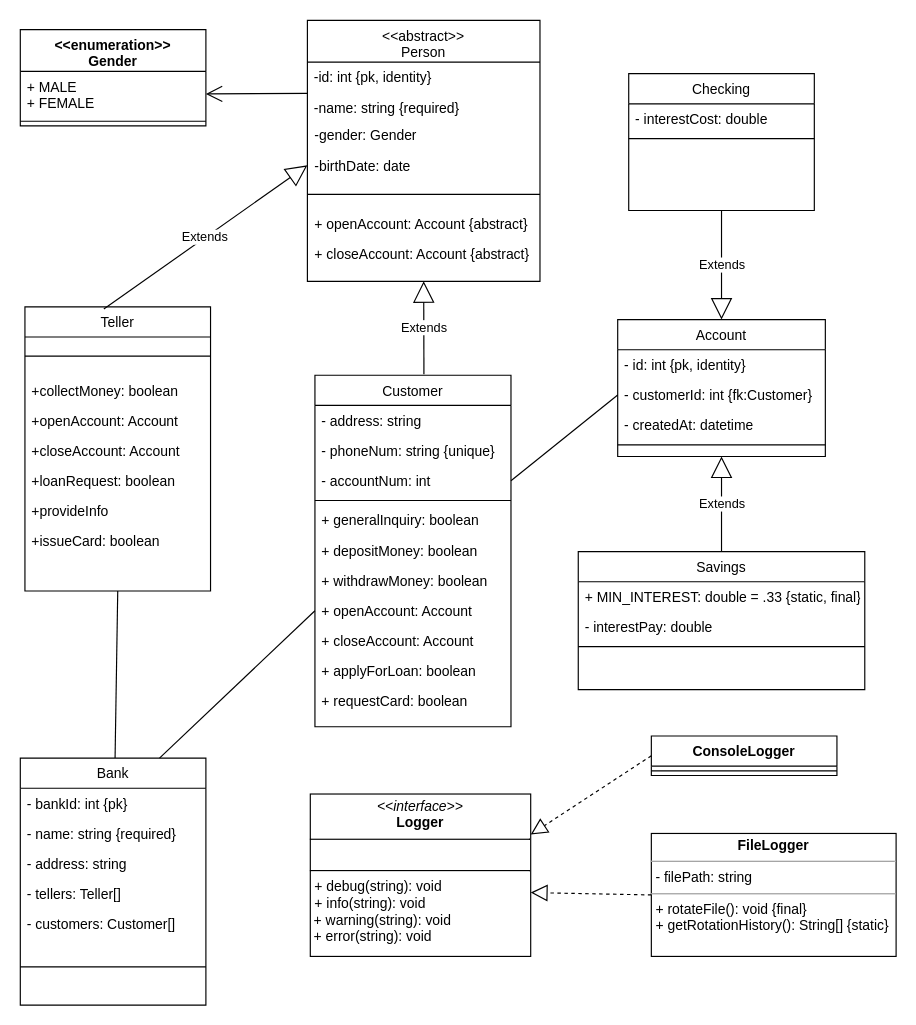
This is examples/simple_class_diagram.drawio from michelmbem/DrawioCodeGenerator, a draw.io file, before an edit. Source tidied: cells renumbered, new cells numbered last; positions are measured from the earlier drawing's top-left corner, leaving out a move shared by most shapes. Both pictures are drawn from the tidied source at 116%, with x=0, y=0 at pixel (20, 20).
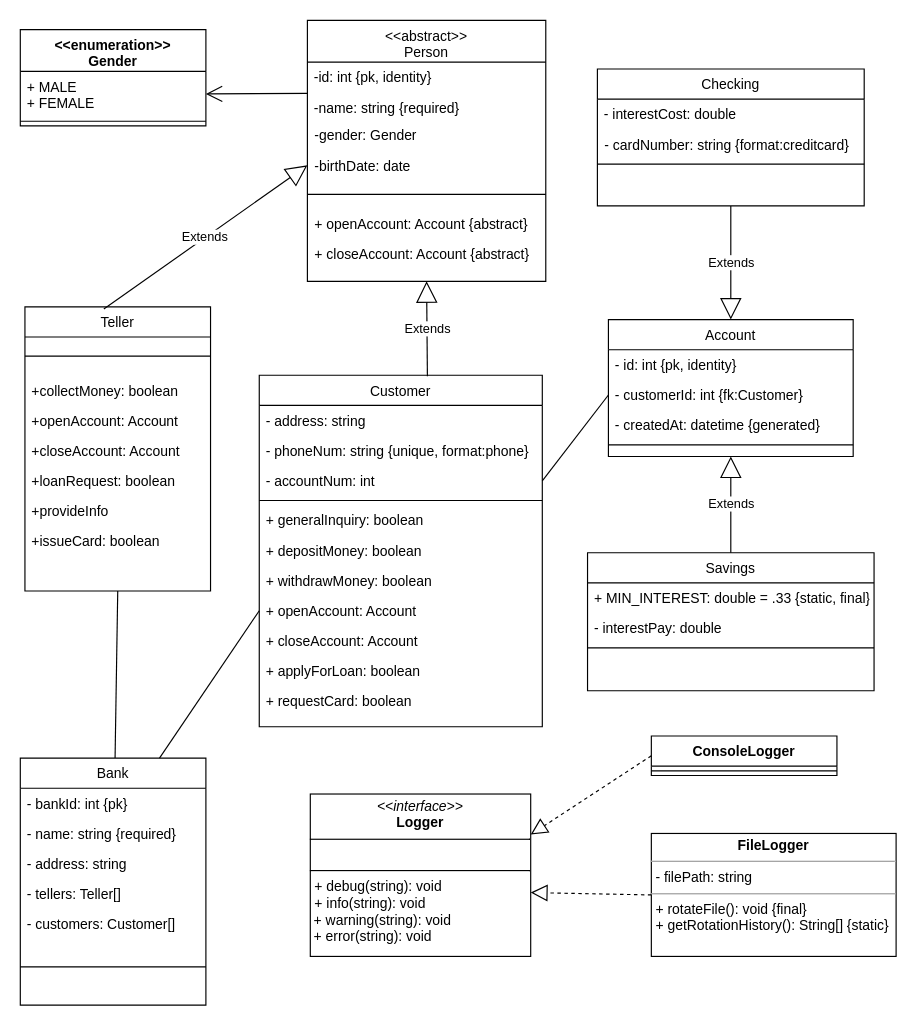
The same diagram, later.

Commit message (it also covers changes not shown here):
Improved the handling of inheritance in generated SQL

The edit, as a diff of the source:
```diff
@@
     <mxCell id="10" value="Account" style="swimlane;fontStyle=0;align=center;verticalAlign=top;horizontal=1;startSize=26;rounded=0;shadow=0;strokeWidth=1;" parent="1" vertex="1">
-      <mxGeometry x="515" y="258" width="179" height="118" as="geometry" />
+      <mxGeometry x="507" y="258" width="211" height="118" as="geometry" />
     </mxCell>
     <mxCell id="11" value="- id: int {pk, identity}" style="text;align=left;verticalAlign=top;spacingLeft=4;spacingRight=4;overflow=hidden;" parent="10" vertex="1">
-      <mxGeometry y="26" width="179" height="26" as="geometry" />
+      <mxGeometry y="26" width="211" height="26" as="geometry" />
     </mxCell>
     <mxCell id="12" value="- customerId: int {fk:Customer}" style="text;align=left;verticalAlign=top;spacingLeft=4;spacingRight=4;overflow=hidden;points=[[0,0.5],[1,0.5]];portConstraint=eastwest;rounded=0;shadow=0;html=0;" parent="10" vertex="1">
-      <mxGeometry y="52" width="179" height="26" as="geometry" />
+      <mxGeometry y="52" width="211" height="26" as="geometry" />
     </mxCell>
-    <mxCell id="13" value="- createdAt: datetime" style="text;strokeColor=none;fillColor=none;align=left;verticalAlign=top;spacingLeft=4;spacingRight=4;overflow=hidden;whiteSpace=wrap;html=1;" parent="10" vertex="1">
-      <mxGeometry y="78" width="179" height="26" as="geometry" />
+    <mxCell id="13" value="- createdAt: datetime {generated}" style="text;strokeColor=none;fillColor=none;align=left;verticalAlign=top;spacingLeft=4;spacingRight=4;overflow=hidden;whiteSpace=wrap;html=1;" parent="10" vertex="1">
+      <mxGeometry y="78" width="211" height="26" as="geometry" />
     </mxCell>
     <mxCell id="14" style="line;html=1;strokeWidth=1;align=left;verticalAlign=middle;spacingTop=-1;spacingLeft=3;spacingRight=3;labelPosition=right;" parent="10" vertex="1">
-      <mxGeometry y="104" width="179" height="8" as="geometry" />
+      <mxGeometry y="104" width="211" height="8" as="geometry" />
     </mxCell>
     <mxCell id="15" value="&lt;&lt;abstract&gt;&gt;&#10;Person" style="swimlane;fontStyle=0;align=center;verticalAlign=top;horizontal=1;startSize=36;rounded=0;shadow=0;strokeWidth=1;" parent="1" vertex="1">
-      <mxGeometry x="247.5" width="200.5" height="225" as="geometry" />
+      <mxGeometry x="247.5" width="205.5" height="225" as="geometry" />
     </mxCell>
     <mxCell id="16" value="-id: int {pk, identity}" style="text;align=left;verticalAlign=top;spacingLeft=4;spacingRight=4;overflow=hidden;points=[[0,0.5],[1,0.5]];portConstraint=eastwest;" parent="15" vertex="1">
-      <mxGeometry y="36" width="200.5" height="26" as="geometry" />
+      <mxGeometry y="36" width="205.5" height="26" as="geometry" />
     </mxCell>
     <mxCell id="17" value="-name: string {required}" style="text;align=left;verticalAlign=top;spacingLeft=4;spacingRight=4;overflow=hidden;rounded=0;shadow=0;html=0;" parent="15" vertex="1">
-      <mxGeometry y="62" width="200.5" height="24" as="geometry" />
+      <mxGeometry y="62" width="205.5" height="24" as="geometry" />
     </mxCell>
     <mxCell id="18" value="-gender: Gender" style="text;strokeColor=none;fillColor=none;align=left;verticalAlign=top;spacingLeft=4;spacingRight=4;overflow=hidden;whiteSpace=wrap;html=1;" parent="15" vertex="1">
-      <mxGeometry y="86" width="200.5" height="26" as="geometry" />
+      <mxGeometry y="86" width="205.5" height="26" as="geometry" />
     </mxCell>
     <mxCell id="19" value="-birthDate: date" style="text;strokeColor=none;fillColor=none;align=left;verticalAlign=top;spacingLeft=4;spacingRight=4;overflow=hidden;points=[[0,0.5],[1,0.5]];portConstraint=eastwest;whiteSpace=wrap;html=1;" parent="15" vertex="1">
-      <mxGeometry y="112" width="200.5" height="26" as="geometry" />
+      <mxGeometry y="112" width="205.5" height="26" as="geometry" />
     </mxCell>
     <mxCell id="20" style="line;html=1;strokeWidth=1;align=left;verticalAlign=middle;spacingTop=-1;spacingLeft=3;spacingRight=3;labelPosition=right;" parent="15" vertex="1">
-      <mxGeometry y="138" width="200.5" height="24" as="geometry" />
+      <mxGeometry y="138" width="205.5" height="24" as="geometry" />
     </mxCell>
     <mxCell id="21" value="+ openAccount: Account {abstract}" style="text;strokeColor=none;fillColor=none;align=left;verticalAlign=top;spacingLeft=4;spacingRight=4;overflow=hidden;whiteSpace=wrap;html=1;" parent="15" vertex="1">
-      <mxGeometry y="162" width="200.5" height="26" as="geometry" />
+      <mxGeometry y="162" width="205.5" height="26" as="geometry" />
     </mxCell>
     <mxCell id="22" value="+ closeAccount: Account {abstract}" style="text;strokeColor=none;fillColor=none;align=left;verticalAlign=top;spacingLeft=4;spacingRight=4;overflow=hidden;whiteSpace=wrap;html=1;" parent="15" vertex="1">
-      <mxGeometry y="188" width="200.5" height="26" as="geometry" />
+      <mxGeometry y="188" width="205.5" height="26" as="geometry" />
     </mxCell>
     <mxCell id="23" value="Customer" style="swimlane;fontStyle=0;align=center;verticalAlign=top;horizontal=1;startSize=26;rounded=0;shadow=0;strokeWidth=1;" parent="1" vertex="1">
-      <mxGeometry x="254" y="306" width="169" height="303" as="geometry" />
+      <mxGeometry x="206" y="306" width="244" height="303" as="geometry" />
     </mxCell>
     <mxCell id="24" value="- address: string" style="text;align=left;verticalAlign=top;spacingLeft=4;spacingRight=4;overflow=hidden;" parent="23" vertex="1">
-      <mxGeometry y="26" width="169" height="26" as="geometry" />
+      <mxGeometry y="26" width="244" height="26" as="geometry" />
     </mxCell>
-    <mxCell id="25" value="- phoneNum: string {unique}" style="text;align=left;verticalAlign=top;spacingLeft=4;spacingRight=4;overflow=hidden;rounded=0;shadow=0;html=0;" parent="23" vertex="1">
-      <mxGeometry y="52" width="169" height="26" as="geometry" />
+    <mxCell id="25" value="- phoneNum: string {unique, format:phone}" style="text;align=left;verticalAlign=top;spacingLeft=4;spacingRight=4;overflow=hidden;rounded=0;shadow=0;html=0;" parent="23" vertex="1">
+      <mxGeometry y="52" width="244" height="26" as="geometry" />
     </mxCell>
     <mxCell id="26" value="- accountNum: int" style="text;align=left;verticalAlign=top;spacingLeft=4;spacingRight=4;overflow=hidden;points=[[0,0.5],[1,0.5]];portConstraint=eastwest;rounded=0;shadow=0;html=0;" parent="23" vertex="1">
-      <mxGeometry y="78" width="169" height="26" as="geometry" />
+      <mxGeometry y="78" width="244" height="26" as="geometry" />
     </mxCell>
     <mxCell id="27" style="line;html=1;strokeWidth=1;align=left;verticalAlign=middle;spacingTop=-1;spacingLeft=3;spacingRight=3;labelPosition=right;" parent="23" vertex="1">
-      <mxGeometry y="104" width="169" height="8" as="geometry" />
+      <mxGeometry y="104" width="244" height="8" as="geometry" />
     </mxCell>
     <mxCell id="28" value="+ generalInquiry: boolean" style="text;align=left;verticalAlign=top;spacingLeft=4;spacingRight=4;overflow=hidden;" parent="23" vertex="1">
-      <mxGeometry y="112" width="169" height="26" as="geometry" />
+      <mxGeometry y="112" width="244" height="26" as="geometry" />
     </mxCell>
     <mxCell id="29" value="+ depositMoney: boolean" style="text;align=left;verticalAlign=top;spacingLeft=4;spacingRight=4;overflow=hidden;" parent="23" vertex="1">
-      <mxGeometry y="138" width="169" height="26" as="geometry" />
+      <mxGeometry y="138" width="244" height="26" as="geometry" />
     </mxCell>
     <mxCell id="30" value="+ withdrawMoney: boolean" style="text;align=left;verticalAlign=top;spacingLeft=4;spacingRight=4;overflow=hidden;" parent="23" vertex="1">
-      <mxGeometry y="164" width="169" height="26" as="geometry" />
+      <mxGeometry y="164" width="244" height="26" as="geometry" />
     </mxCell>
     <mxCell id="31" value="+ openAccount: Account" style="text;align=left;verticalAlign=top;spacingLeft=4;spacingRight=4;overflow=hidden;points=[[0,0.5],[1,0.5]];portConstraint=eastwest;" parent="23" vertex="1">
-      <mxGeometry y="190" width="169" height="26" as="geometry" />
+      <mxGeometry y="190" width="244" height="26" as="geometry" />
     </mxCell>
     <mxCell id="32" value="+ closeAccount: Account" style="text;align=left;verticalAlign=top;spacingLeft=4;spacingRight=4;overflow=hidden;" parent="23" vertex="1">
-      <mxGeometry y="216" width="169" height="26" as="geometry" />
+      <mxGeometry y="216" width="244" height="26" as="geometry" />
     </mxCell>
     <mxCell id="33" value="+ applyForLoan: boolean" style="text;align=left;verticalAlign=top;spacingLeft=4;spacingRight=4;overflow=hidden;" parent="23" vertex="1">
-      <mxGeometry y="242" width="169" height="26" as="geometry" />
+      <mxGeometry y="242" width="244" height="26" as="geometry" />
     </mxCell>
     <mxCell id="34" value="+ requestCard: boolean" style="text;align=left;verticalAlign=top;spacingLeft=4;spacingRight=4;overflow=hidden;" parent="23" vertex="1">
-      <mxGeometry y="268" width="169" height="26" as="geometry" />
+      <mxGeometry y="268" width="244" height="26" as="geometry" />
     </mxCell>
@@
     <mxCell id="36" value="Checking" style="swimlane;fontStyle=0;align=center;verticalAlign=top;horizontal=1;startSize=26;rounded=0;shadow=0;strokeWidth=1;" parent="1" vertex="1">
-      <mxGeometry x="524.5" y="46" width="160" height="118" as="geometry" />
+      <mxGeometry x="497.5" y="42" width="230" height="118" as="geometry" />
     </mxCell>
     <mxCell id="37" value="- interestCost: double" style="text;align=left;verticalAlign=top;spacingLeft=4;spacingRight=4;overflow=hidden;" parent="36" vertex="1">
-      <mxGeometry y="26" width="160" height="26" as="geometry" />
+      <mxGeometry y="26" width="230" height="26" as="geometry" />
     </mxCell>
+    <mxCell id="66" value="- cardNumber: string {format:creditcard}" style="text;strokeColor=none;fillColor=none;align=left;verticalAlign=top;spacingLeft=4;spacingRight=4;overflow=hidden;whiteSpace=wrap;html=1;" parent="36" vertex="1">
+      <mxGeometry y="52" width="230" height="26" as="geometry" />
+    </mxCell>
     <mxCell id="38" style="line;html=1;strokeWidth=1;align=left;verticalAlign=middle;spacingTop=-1;spacingLeft=3;spacingRight=3;labelPosition=right;" parent="36" vertex="1">
-      <mxGeometry y="52" width="160" height="8" as="geometry" />
+      <mxGeometry y="78" width="230" height="8" as="geometry" />
     </mxCell>
     <mxCell id="39" value="Savings" style="swimlane;fontStyle=0;align=center;verticalAlign=top;horizontal=1;startSize=26;rounded=0;shadow=0;strokeWidth=1;" parent="1" vertex="1">
-      <mxGeometry x="481" y="458" width="247" height="119" as="geometry" />
+      <mxGeometry x="489" y="459" width="247" height="119" as="geometry" />
     </mxCell>
@@
-    <mxCell id="65" value="Extends" style="endArrow=block;endSize=16;endFill=0;html=1;exitX=0.556;exitY=-0.003;exitDx=0;exitDy=0;entryX=0.5;entryY=1;entryDx=0;entryDy=0;exitPerimeter=0;" parent="1" edge="1" source="23" target="15">
+    <mxCell id="65" value="Extends" style="endArrow=block;endSize=16;endFill=0;html=1;exitX=0.594;exitY=0.003;exitDx=0;exitDy=0;exitPerimeter=0;entryX=0.5;entryY=1;entryDx=0;entryDy=0;" parent="1" edge="1" source="23" target="15">
       <mxGeometry relative="1" as="geometry" />
     </mxCell>
```
